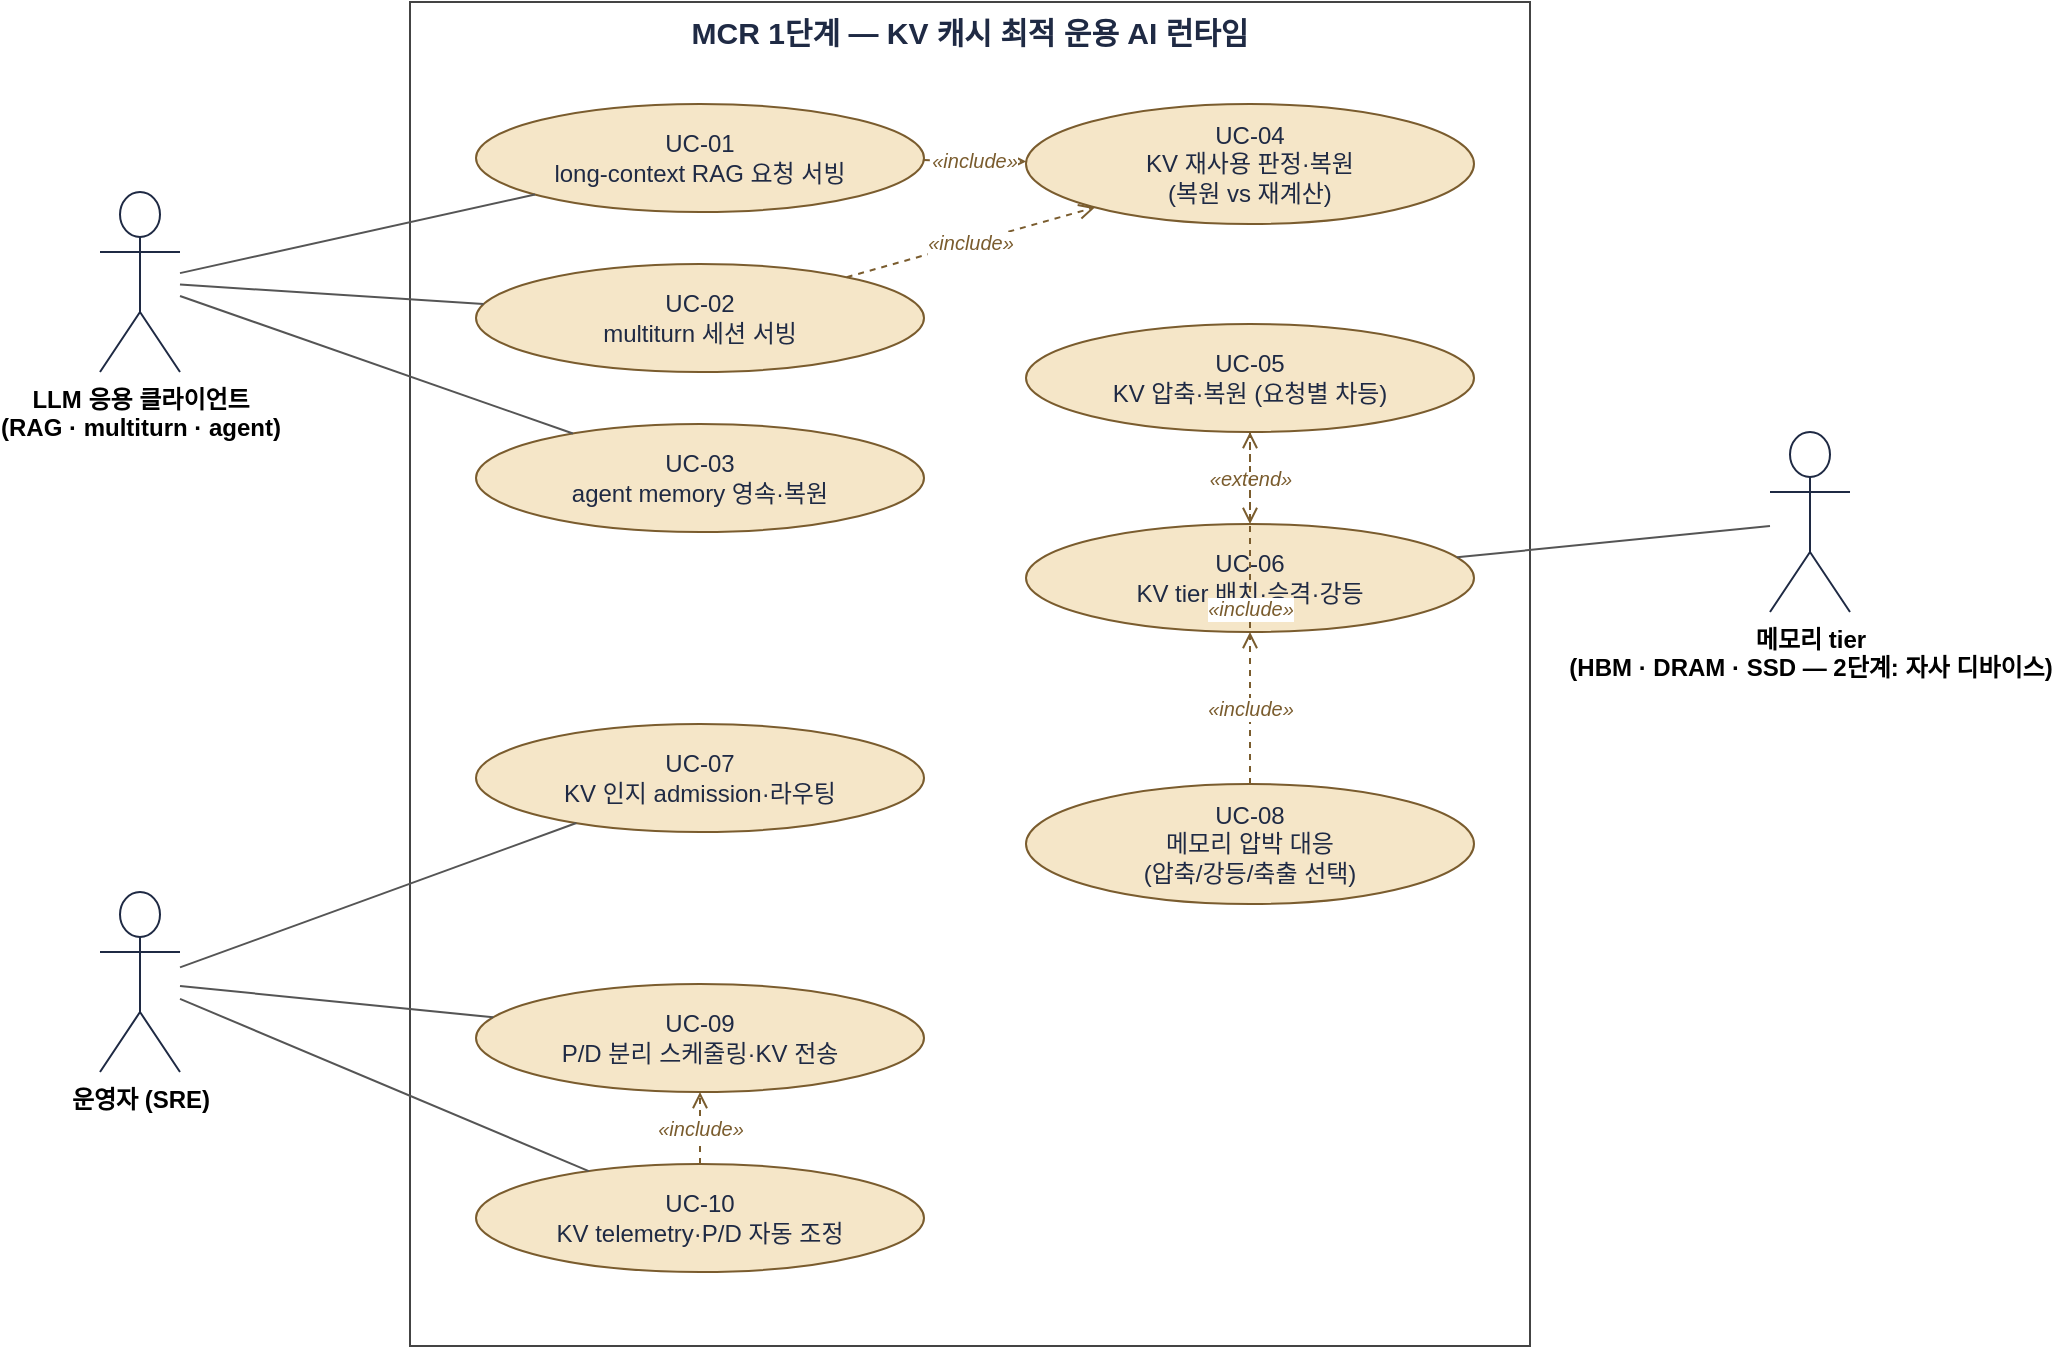
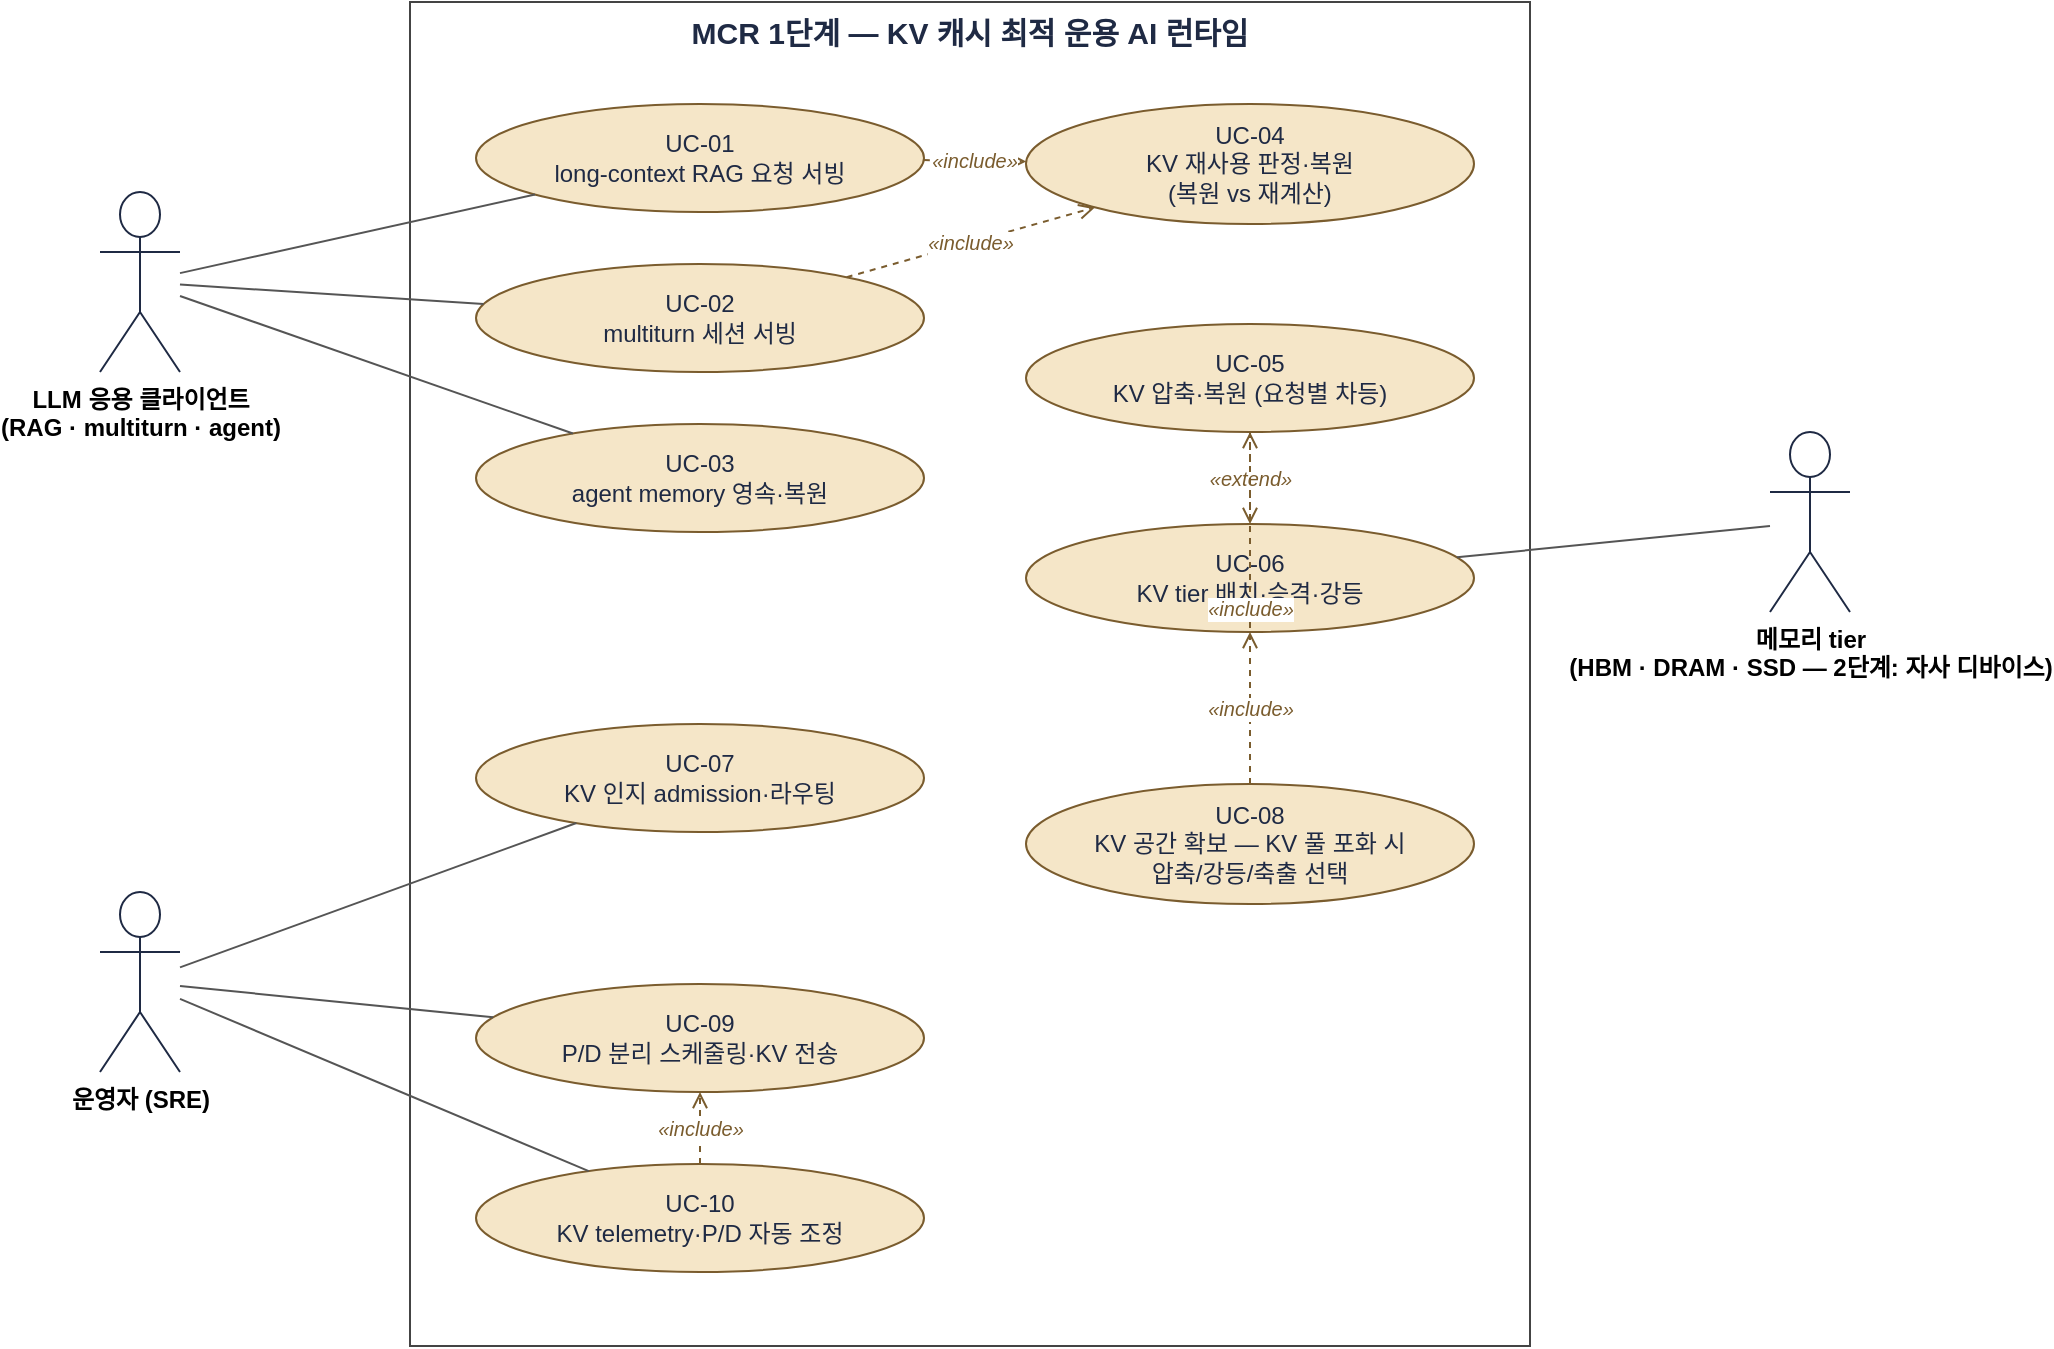
<mxfile host="app.diagrams.net" agent="architect-requirements" version="24.0.0">
  <diagram id="req-usecase-mcr" name="MCR Phase-1 Use Case">
    <mxGraphModel dx="1200" dy="800" grid="1" gridSize="10" guides="1" tooltips="1" connect="1" arrows="1" fold="1" page="1" pageScale="1" pageWidth="1080" pageHeight="760" math="0" shadow="0">
      <root>
        <mxCell id="0"/>
        <mxCell id="1" parent="0"/>

        <mxCell id="sys" value="MCR 1단계 — KV 캐시 최적 운용 AI 런타임" style="rounded=0;fillColor=none;strokeColor=#444444;verticalAlign=top;fontSize=15;fontStyle=1;fontColor=#1F2A44;" vertex="1" parent="1">
          <mxGeometry x="255" y="42" width="560" height="672" as="geometry"/>
        </mxCell>

        <mxCell id="actClient" value="LLM 응용 클라이언트&#10;(RAG · multiturn · agent)" style="shape=umlActor;verticalLabelPosition=bottom;verticalAlign=top;html=1;strokeColor=#1F2A44;fontSize=12;fontStyle=1;" vertex="1" parent="1">
          <mxGeometry x="100" y="137" width="40" height="90" as="geometry"/>
        </mxCell>
        <mxCell id="actOps" value="운영자 (SRE)" style="shape=umlActor;verticalLabelPosition=bottom;verticalAlign=top;html=1;strokeColor=#1F2A44;fontSize=12;fontStyle=1;" vertex="1" parent="1">
          <mxGeometry x="100" y="487" width="40" height="90" as="geometry"/>
        </mxCell>
        <mxCell id="actDev" value="메모리 tier&#10;(HBM · DRAM · SSD — 2단계: 자사 디바이스)" style="shape=umlActor;verticalLabelPosition=bottom;verticalAlign=top;html=1;strokeColor=#1F2A44;fontSize=12;fontStyle=1;" vertex="1" parent="1">
          <mxGeometry x="935" y="257" width="40" height="90" as="geometry"/>
        </mxCell>

        <mxCell id="uc01" value="UC-01&#10;long-context RAG 요청 서빙" style="ellipse;whiteSpace=wrap;html=1;fillColor=#F5E6C8;strokeColor=#7A5C2E;fontSize=12;fontColor=#1F2A44;" vertex="1" parent="1">
          <mxGeometry x="288" y="93" width="224" height="54" as="geometry"/>
        </mxCell>
        <mxCell id="uc02" value="UC-02&#10;multiturn 세션 서빙" style="ellipse;whiteSpace=wrap;html=1;fillColor=#F5E6C8;strokeColor=#7A5C2E;fontSize=12;fontColor=#1F2A44;" vertex="1" parent="1">
          <mxGeometry x="288" y="173" width="224" height="54" as="geometry"/>
        </mxCell>
        <mxCell id="uc03" value="UC-03&#10;agent memory 영속·복원" style="ellipse;whiteSpace=wrap;html=1;fillColor=#F5E6C8;strokeColor=#7A5C2E;fontSize=12;fontColor=#1F2A44;" vertex="1" parent="1">
          <mxGeometry x="288" y="253" width="224" height="54" as="geometry"/>
        </mxCell>
        <mxCell id="uc07" value="UC-07&#10;KV 인지 admission·라우팅" style="ellipse;whiteSpace=wrap;html=1;fillColor=#F5E6C8;strokeColor=#7A5C2E;fontSize=12;fontColor=#1F2A44;" vertex="1" parent="1">
          <mxGeometry x="288" y="403" width="224" height="54" as="geometry"/>
        </mxCell>
        <mxCell id="uc09" value="UC-09&#10;P/D 분리 스케줄링·KV 전송" style="ellipse;whiteSpace=wrap;html=1;fillColor=#F5E6C8;strokeColor=#7A5C2E;fontSize=12;fontColor=#1F2A44;" vertex="1" parent="1">
          <mxGeometry x="288" y="533" width="224" height="54" as="geometry"/>
        </mxCell>
        <mxCell id="uc10" value="UC-10&#10;KV telemetry·P/D 자동 조정" style="ellipse;whiteSpace=wrap;html=1;fillColor=#F5E6C8;strokeColor=#7A5C2E;fontSize=12;fontColor=#1F2A44;" vertex="1" parent="1">
          <mxGeometry x="288" y="623" width="224" height="54" as="geometry"/>
        </mxCell>

        <mxCell id="uc04" value="UC-04&#10;KV 재사용 판정·복원&#10;(복원 vs 재계산)" style="ellipse;whiteSpace=wrap;html=1;fillColor=#F5E6C8;strokeColor=#7A5C2E;fontSize=12;fontColor=#1F2A44;" vertex="1" parent="1">
          <mxGeometry x="563" y="93" width="224" height="60" as="geometry"/>
        </mxCell>
        <mxCell id="uc05" value="UC-05&#10;KV 압축·복원 (요청별 차등)" style="ellipse;whiteSpace=wrap;html=1;fillColor=#F5E6C8;strokeColor=#7A5C2E;fontSize=12;fontColor=#1F2A44;" vertex="1" parent="1">
          <mxGeometry x="563" y="203" width="224" height="54" as="geometry"/>
        </mxCell>
        <mxCell id="uc06" value="UC-06&#10;KV tier 배치·승격·강등" style="ellipse;whiteSpace=wrap;html=1;fillColor=#F5E6C8;strokeColor=#7A5C2E;fontSize=12;fontColor=#1F2A44;" vertex="1" parent="1">
          <mxGeometry x="563" y="303" width="224" height="54" as="geometry"/>
        </mxCell>
-         <mxCell id="uc08" value="UC-08&#10;메모리 압박 대응&#10;(압축/강등/축출 선택)" style="ellipse;whiteSpace=wrap;html=1;fillColor=#F5E6C8;strokeColor=#7A5C2E;fontSize=12;fontColor=#1F2A44;" vertex="1" parent="1">
+         <mxCell id="uc08" value="UC-08&#10;KV 공간 확보 — KV 풀 포화 시&#10;압축/강등/축출 선택" style="ellipse;whiteSpace=wrap;html=1;fillColor=#F5E6C8;strokeColor=#7A5C2E;fontSize=12;fontColor=#1F2A44;" vertex="1" parent="1">
          <mxGeometry x="563" y="433" width="224" height="60" as="geometry"/>
        </mxCell>

        <mxCell id="a1" style="endArrow=none;html=1;strokeColor=#555555;" edge="1" parent="1" source="actClient" target="uc01"><mxGeometry relative="1" as="geometry"/></mxCell>
        <mxCell id="a2" style="endArrow=none;html=1;strokeColor=#555555;" edge="1" parent="1" source="actClient" target="uc02"><mxGeometry relative="1" as="geometry"/></mxCell>
        <mxCell id="a3" style="endArrow=none;html=1;strokeColor=#555555;" edge="1" parent="1" source="actClient" target="uc03"><mxGeometry relative="1" as="geometry"/></mxCell>
        <mxCell id="a4" style="endArrow=none;html=1;strokeColor=#555555;" edge="1" parent="1" source="actOps" target="uc07"><mxGeometry relative="1" as="geometry"/></mxCell>
        <mxCell id="a5" style="endArrow=none;html=1;strokeColor=#555555;" edge="1" parent="1" source="actOps" target="uc09"><mxGeometry relative="1" as="geometry"/></mxCell>
        <mxCell id="a6" style="endArrow=none;html=1;strokeColor=#555555;" edge="1" parent="1" source="actOps" target="uc10"><mxGeometry relative="1" as="geometry"/></mxCell>
        <mxCell id="a7" style="endArrow=none;html=1;strokeColor=#555555;" edge="1" parent="1" source="uc06" target="actDev"><mxGeometry relative="1" as="geometry"/></mxCell>

        <mxCell id="d1" value="&#171;include&#187;" style="endArrow=open;dashed=1;html=1;strokeColor=#7A5C2E;fontSize=10;fontStyle=2;fontColor=#7A5C2E;" edge="1" parent="1" source="uc01" target="uc04"><mxGeometry relative="1" as="geometry"/></mxCell>
        <mxCell id="d2" value="&#171;include&#187;" style="endArrow=open;dashed=1;html=1;strokeColor=#7A5C2E;fontSize=10;fontStyle=2;fontColor=#7A5C2E;" edge="1" parent="1" source="uc02" target="uc04"><mxGeometry relative="1" as="geometry"/></mxCell>
        <mxCell id="d3" value="&#171;extend&#187;" style="endArrow=open;dashed=1;html=1;strokeColor=#7A5C2E;fontSize=10;fontStyle=2;fontColor=#7A5C2E;" edge="1" parent="1" source="uc05" target="uc06"><mxGeometry relative="1" as="geometry"/></mxCell>
        <mxCell id="d4" value="&#171;include&#187;" style="endArrow=open;dashed=1;html=1;strokeColor=#7A5C2E;fontSize=10;fontStyle=2;fontColor=#7A5C2E;" edge="1" parent="1" source="uc08" target="uc05"><mxGeometry relative="1" as="geometry"/></mxCell>
        <mxCell id="d5" value="&#171;include&#187;" style="endArrow=open;dashed=1;html=1;strokeColor=#7A5C2E;fontSize=10;fontStyle=2;fontColor=#7A5C2E;" edge="1" parent="1" source="uc08" target="uc06"><mxGeometry relative="1" as="geometry"/></mxCell>
        <mxCell id="d6" value="&#171;include&#187;" style="endArrow=open;dashed=1;html=1;strokeColor=#7A5C2E;fontSize=10;fontStyle=2;fontColor=#7A5C2E;" edge="1" parent="1" source="uc10" target="uc09"><mxGeometry relative="1" as="geometry"/></mxCell>
      </root>
    </mxGraphModel>
  </diagram>
</mxfile>
